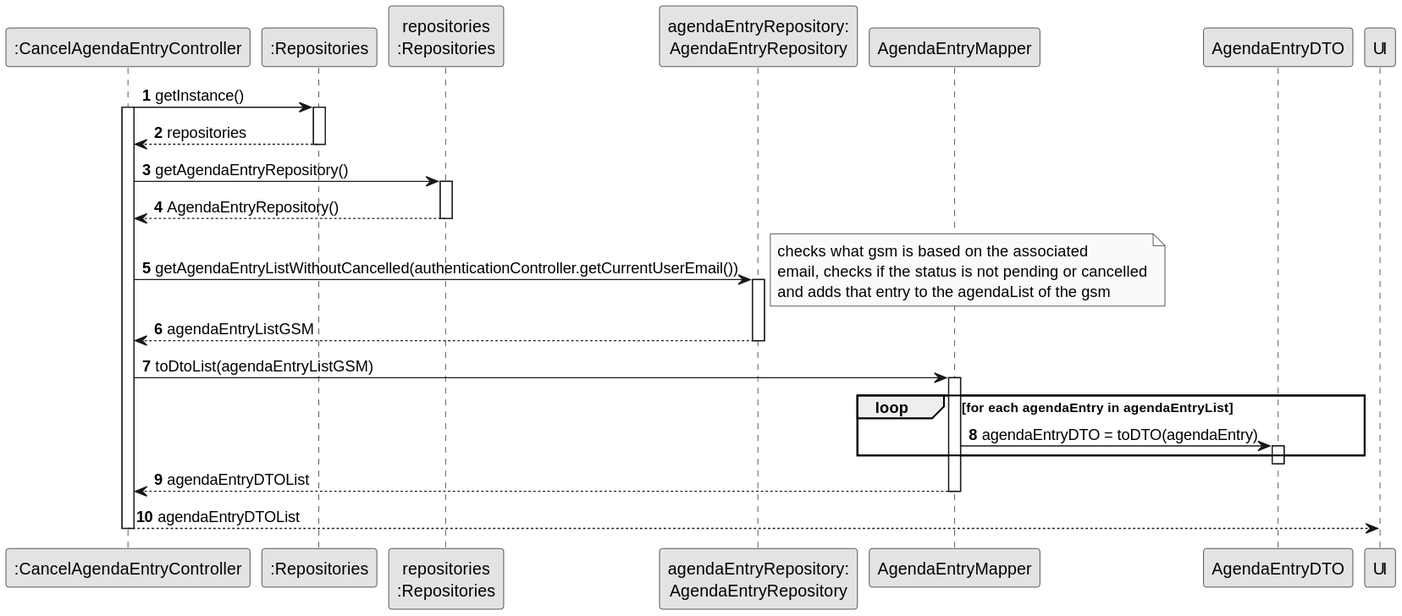
Earlier version of the PlantUML export docs/sprintC/us025/03.design/svg/us025-sequence-diagram-retireveAgendaEntries.svg (Departamento-de-Engenharia-Informatica/lei-24-s2-1do-g164).
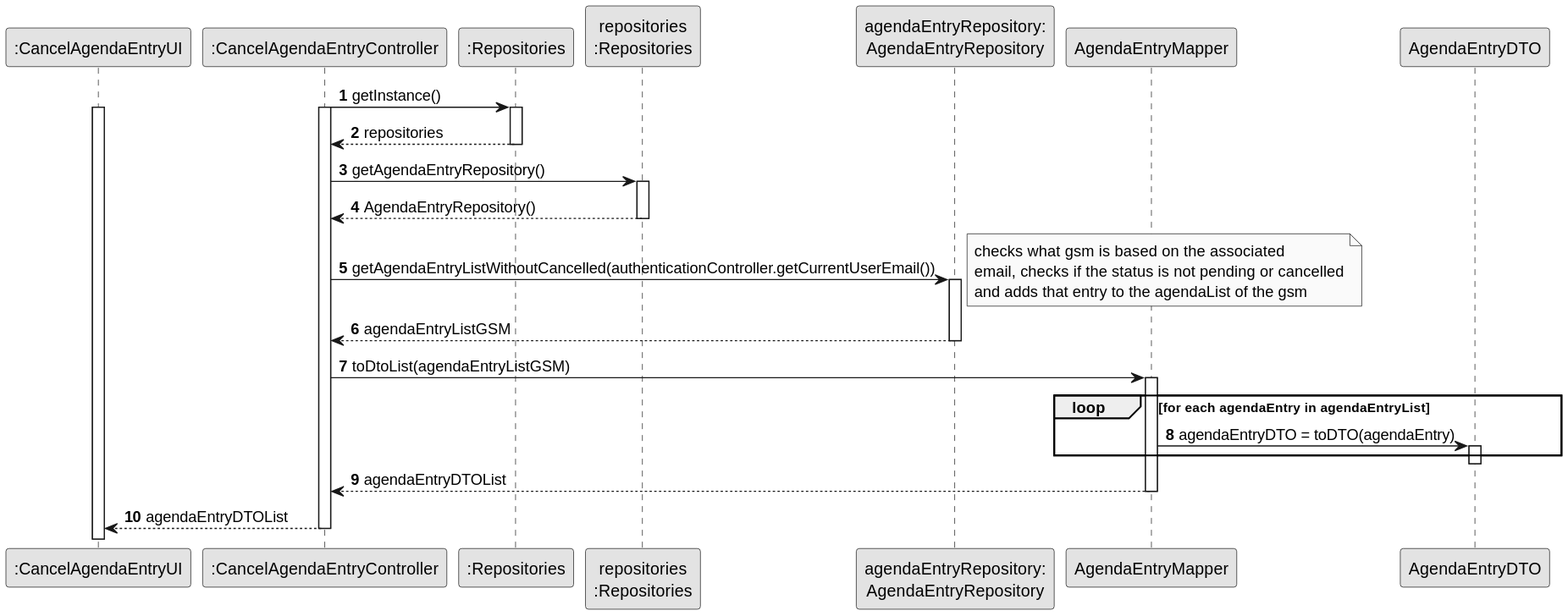
The same file after the commit.

Change to the diagram source:
```diff
@@ -5,6 +5,7 @@
 
 autonumber
 
+participant ":CancelAgendaEntryUI" as UI
 participant ":CancelAgendaEntryController" as CTRL
 participant ":Repositories" as RepositorySingleton
 participant "repositories\n:Repositories" as PLAT
@@ -13,6 +14,7 @@
 participant "AgendaEntryDTO" as AgendaEntryDTO
 
 CTRL -> RepositorySingleton : getInstance()
+activate UI
 activate RepositorySingleton
 activate CTRL
 RepositorySingleton --> CTRL: repositories
```
